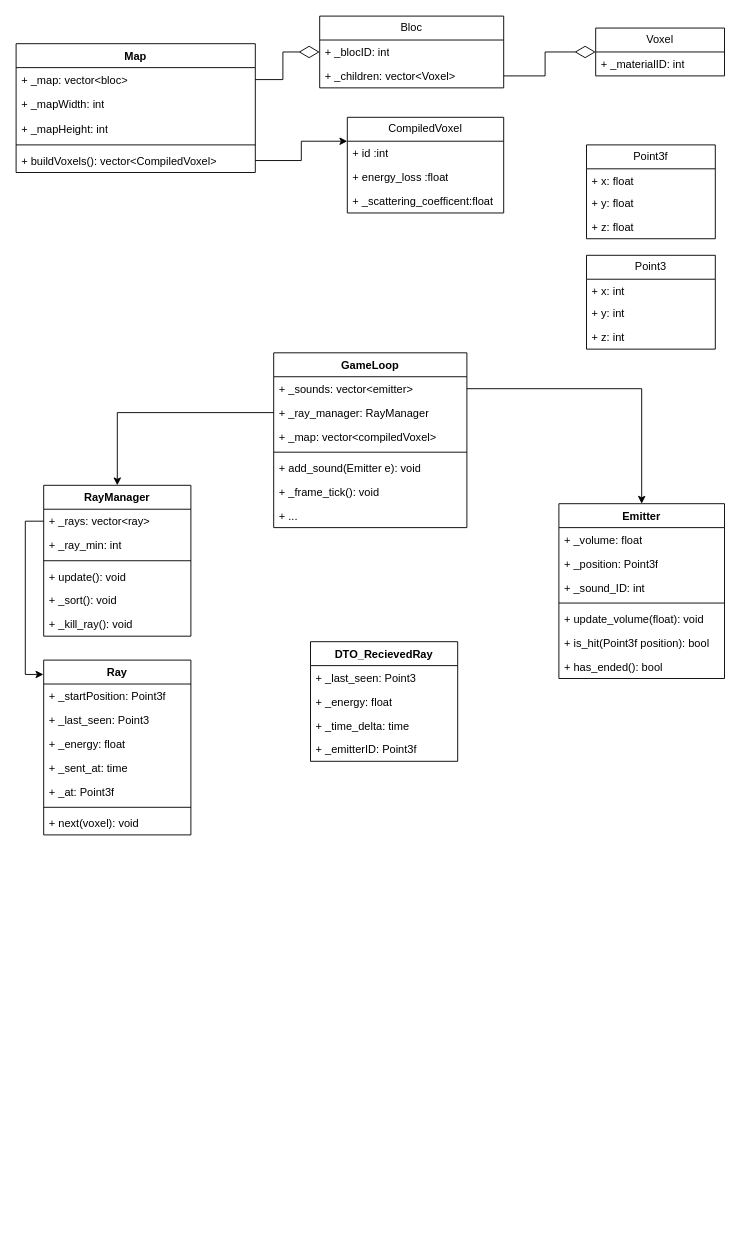
Cemecla/Acoustic-Tracing keeps this draw.io diagram as doc/UML/Draft - Classes - Jack.drawio. Above is the earlier version. Source tidied: cells renumbered, new cells numbered last; positions are measured from the earlier drawing's top-left corner, leaving out a move shared by most shapes. Both pictures are drawn from the tidied source at 92%, with x=0, y=0 at pixel (16, 16).
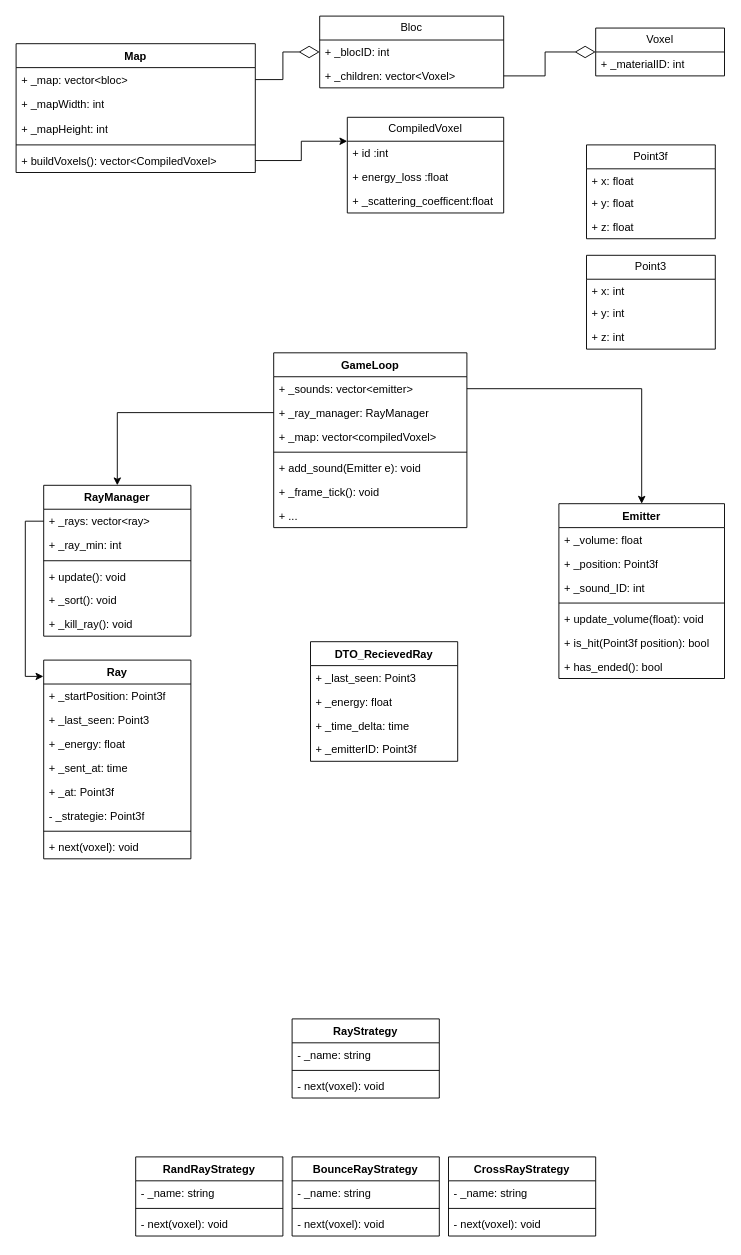
After the change.

Commit message (it also covers changes not shown here):
Update UML Classe and Conception.docx

Change to the diagram source:
```diff
@@
     <mxCell id="31" value="Ray" style="swimlane;fontStyle=1;align=center;verticalAlign=top;horizontal=1;startSize=26;whiteSpace=wrap;html=1;" parent="1" vertex="1">
-      <mxGeometry x="30" y="700" width="160" height="190" as="geometry" />
+      <mxGeometry x="30" y="700" width="160" height="216" as="geometry" />
     </mxCell>
@@
+    <mxCell id="67" value="- _strategie: Point3f" style="text;strokeColor=none;fillColor=none;align=left;verticalAlign=top;spacingLeft=4;spacingRight=4;overflow=hidden;whiteSpace=wrap;html=1;" parent="31" vertex="1">
+      <mxGeometry y="156" width="160" height="26" as="geometry" />
+    </mxCell>
     <mxCell id="37" style="line;strokeWidth=1;fillColor=none;align=left;verticalAlign=middle;spacingTop=-1;spacingLeft=3;spacingRight=3;labelPosition=right;strokeColor=inherit;" parent="31" vertex="1">
-      <mxGeometry y="156" width="160" height="8" as="geometry" />
+      <mxGeometry y="182" width="160" height="8" as="geometry" />
     </mxCell>
     <mxCell id="38" value="+ next(voxel): void" style="text;strokeColor=none;fillColor=none;align=left;verticalAlign=top;spacingLeft=4;spacingRight=4;overflow=hidden;whiteSpace=wrap;html=1;" parent="31" vertex="1">
-      <mxGeometry y="164" width="160" height="26" as="geometry" />
+      <mxGeometry y="190" width="160" height="26" as="geometry" />
     </mxCell>
@@
+    <mxCell id="68" value="RayStrategy" style="swimlane;fontStyle=1;align=center;verticalAlign=top;horizontal=1;startSize=26;whiteSpace=wrap;html=1;" parent="1" vertex="1">
+      <mxGeometry x="300" y="1090" width="160" height="86" as="geometry" />
+    </mxCell>
+    <mxCell id="69" value="- _name: string" style="text;strokeColor=none;fillColor=none;align=left;verticalAlign=top;spacingLeft=4;spacingRight=4;overflow=hidden;whiteSpace=wrap;html=1;" parent="68" vertex="1">
+      <mxGeometry y="26" width="160" height="26" as="geometry" />
+    </mxCell>
+    <mxCell id="70" style="line;strokeWidth=1;fillColor=none;align=left;verticalAlign=middle;spacingTop=-1;spacingLeft=3;spacingRight=3;labelPosition=right;strokeColor=inherit;" parent="68" vertex="1">
+      <mxGeometry y="52" width="160" height="8" as="geometry" />
+    </mxCell>
+    <mxCell id="71" value="- next(voxel): void" style="text;strokeColor=none;fillColor=none;align=left;verticalAlign=top;spacingLeft=4;spacingRight=4;overflow=hidden;whiteSpace=wrap;html=1;" parent="68" vertex="1">
+      <mxGeometry y="60" width="160" height="26" as="geometry" />
+    </mxCell>
+    <mxCell id="72" value="RandRayStrategy" style="swimlane;fontStyle=1;align=center;verticalAlign=top;horizontal=1;startSize=26;whiteSpace=wrap;html=1;" parent="1" vertex="1">
+      <mxGeometry x="130" y="1240" width="160" height="86" as="geometry" />
+    </mxCell>
+    <mxCell id="73" value="- _name: string" style="text;strokeColor=none;fillColor=none;align=left;verticalAlign=top;spacingLeft=4;spacingRight=4;overflow=hidden;whiteSpace=wrap;html=1;" parent="72" vertex="1">
+      <mxGeometry y="26" width="160" height="26" as="geometry" />
+    </mxCell>
+    <mxCell id="74" style="line;strokeWidth=1;fillColor=none;align=left;verticalAlign=middle;spacingTop=-1;spacingLeft=3;spacingRight=3;labelPosition=right;strokeColor=inherit;" parent="72" vertex="1">
+      <mxGeometry y="52" width="160" height="8" as="geometry" />
+    </mxCell>
+    <mxCell id="75" value="- next(voxel): void" style="text;strokeColor=none;fillColor=none;align=left;verticalAlign=top;spacingLeft=4;spacingRight=4;overflow=hidden;whiteSpace=wrap;html=1;" parent="72" vertex="1">
+      <mxGeometry y="60" width="160" height="26" as="geometry" />
+    </mxCell>
+    <mxCell id="76" value="BounceRayStrategy" style="swimlane;fontStyle=1;align=center;verticalAlign=top;horizontal=1;startSize=26;whiteSpace=wrap;html=1;" parent="1" vertex="1">
+      <mxGeometry x="300" y="1240" width="160" height="86" as="geometry" />
+    </mxCell>
+    <mxCell id="77" value="- _name: string" style="text;strokeColor=none;fillColor=none;align=left;verticalAlign=top;spacingLeft=4;spacingRight=4;overflow=hidden;whiteSpace=wrap;html=1;" parent="76" vertex="1">
+      <mxGeometry y="26" width="160" height="26" as="geometry" />
+    </mxCell>
+    <mxCell id="78" style="line;strokeWidth=1;fillColor=none;align=left;verticalAlign=middle;spacingTop=-1;spacingLeft=3;spacingRight=3;labelPosition=right;strokeColor=inherit;" parent="76" vertex="1">
+      <mxGeometry y="52" width="160" height="8" as="geometry" />
+    </mxCell>
+    <mxCell id="79" value="- next(voxel): void" style="text;strokeColor=none;fillColor=none;align=left;verticalAlign=top;spacingLeft=4;spacingRight=4;overflow=hidden;whiteSpace=wrap;html=1;" parent="76" vertex="1">
+      <mxGeometry y="60" width="160" height="26" as="geometry" />
+    </mxCell>
+    <mxCell id="80" value="CrossRayStrategy" style="swimlane;fontStyle=1;align=center;verticalAlign=top;horizontal=1;startSize=26;whiteSpace=wrap;html=1;" parent="1" vertex="1">
+      <mxGeometry x="470" y="1240" width="160" height="86" as="geometry" />
+    </mxCell>
+    <mxCell id="81" value="- _name: string" style="text;strokeColor=none;fillColor=none;align=left;verticalAlign=top;spacingLeft=4;spacingRight=4;overflow=hidden;whiteSpace=wrap;html=1;" parent="80" vertex="1">
+      <mxGeometry y="26" width="160" height="26" as="geometry" />
+    </mxCell>
+    <mxCell id="82" style="line;strokeWidth=1;fillColor=none;align=left;verticalAlign=middle;spacingTop=-1;spacingLeft=3;spacingRight=3;labelPosition=right;strokeColor=inherit;" parent="80" vertex="1">
+      <mxGeometry y="52" width="160" height="8" as="geometry" />
+    </mxCell>
+    <mxCell id="83" value="- next(voxel): void" style="text;strokeColor=none;fillColor=none;align=left;verticalAlign=top;spacingLeft=4;spacingRight=4;overflow=hidden;whiteSpace=wrap;html=1;" parent="80" vertex="1">
+      <mxGeometry y="60" width="160" height="26" as="geometry" />
+    </mxCell>
```
